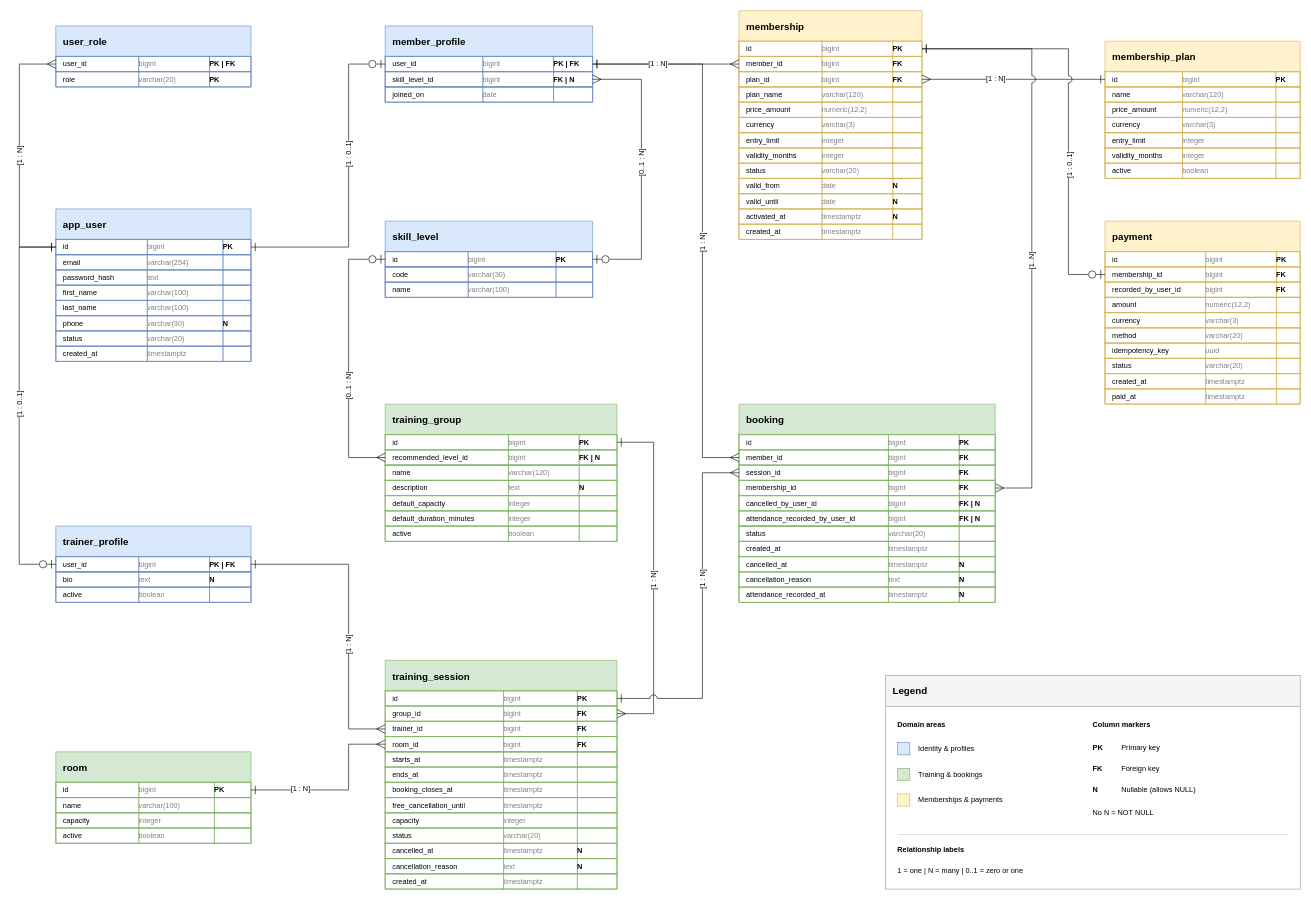
Before: page "diagram" (1 of 4) of docs/diagrams/boxing-academy.drawio in bartlomiej-milosz/training-booking-api, a draw.io diagram. Source tidied: cells renumbered, new cells numbered last; positions are measured from the earlier drawing's top-left corner, leaving out a move shared by most shapes. Both pictures are drawn from the tidied source at 61%, with x=0, y=0 at pixel (19, 10).
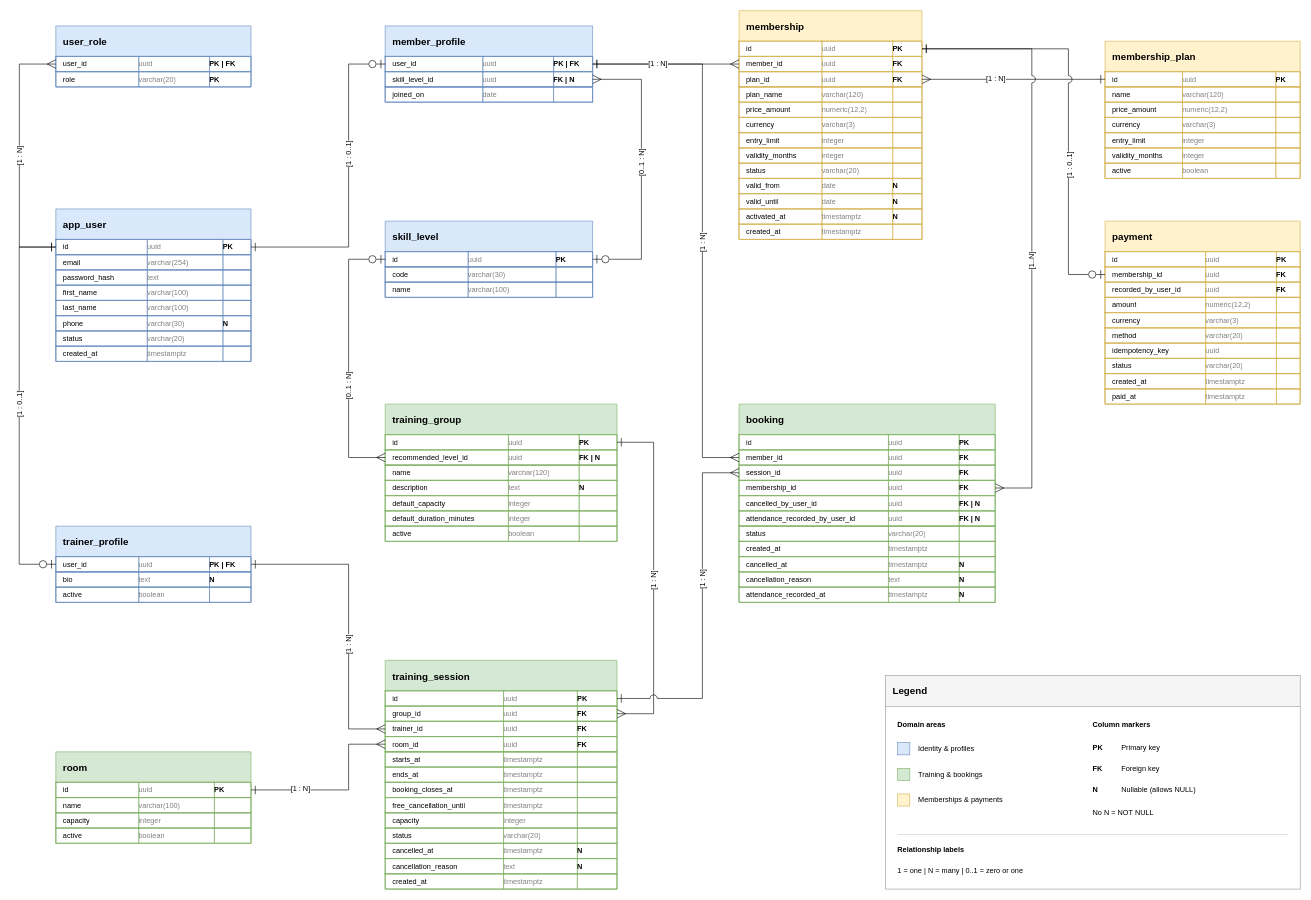
The same page after the edit.

Commit message (it also covers changes not shown here):
feat: implement UUID identifiers and create room migration

Unchanged cells that the change refers to:
```xml
<mxCell id="3" style="shape=tableRow;horizontal=0;startSize=0;swimlaneHead=0;swimlaneBody=0;strokeColor=inherit;fillColor=none;points=[[0,0.5],[1,0.5]];portConstraint=eastwest;fixedHeader=1;bottom=1;" parent="2" vertex="1">
<mxCell id="36" style="shape=tableRow;horizontal=0;startSize=0;swimlaneHead=0;swimlaneBody=0;strokeColor=inherit;fillColor=none;points=[[0,0.5],[1,0.5]];portConstraint=eastwest;fixedHeader=1;bottom=0;" parent="35" vertex="1">
<mxCell id="45" style="shape=tableRow;horizontal=0;startSize=0;swimlaneHead=0;swimlaneBody=0;strokeColor=inherit;fillColor=none;points=[[0,0.5],[1,0.5]];portConstraint=eastwest;fixedHeader=1;bottom=1;" parent="44" vertex="1">
<mxCell id="58" style="shape=tableRow;horizontal=0;startSize=0;swimlaneHead=0;swimlaneBody=0;strokeColor=inherit;fillColor=none;points=[[0,0.5],[1,0.5]];portConstraint=eastwest;fixedHeader=1;bottom=0;" parent="57" vertex="1">
<mxCell id="62" style="shape=tableRow;horizontal=0;startSize=0;swimlaneHead=0;swimlaneBody=0;strokeColor=inherit;fillColor=none;points=[[0,0.5],[1,0.5]];portConstraint=eastwest;fixedHeader=1;bottom=1;" parent="57" vertex="1">
<mxCell id="71" style="shape=tableRow;horizontal=0;startSize=0;swimlaneHead=0;swimlaneBody=0;strokeColor=inherit;fillColor=none;points=[[0,0.5],[1,0.5]];portConstraint=eastwest;fixedHeader=1;bottom=1;" parent="70" vertex="1">
<mxCell id="84" style="shape=tableRow;horizontal=0;startSize=0;swimlaneHead=0;swimlaneBody=0;strokeColor=inherit;fillColor=none;points=[[0,0.5],[1,0.5]];portConstraint=eastwest;fixedHeader=1;bottom=0;" parent="83" vertex="1">
<mxCell id="88" style="shape=tableRow;horizontal=0;startSize=0;swimlaneHead=0;swimlaneBody=0;strokeColor=inherit;fillColor=none;points=[[0,0.5],[1,0.5]];portConstraint=eastwest;fixedHeader=1;bottom=1;" parent="83" vertex="1">
<mxCell id="113" style="shape=tableRow;horizontal=0;startSize=0;swimlaneHead=0;swimlaneBody=0;strokeColor=inherit;fillColor=none;points=[[0,0.5],[1,0.5]];portConstraint=eastwest;fixedHeader=1;bottom=1;" parent="112" vertex="1">
<mxCell id="130" style="shape=tableRow;horizontal=0;startSize=0;swimlaneHead=0;swimlaneBody=0;strokeColor=inherit;fillColor=none;points=[[0,0.5],[1,0.5]];portConstraint=eastwest;fixedHeader=1;bottom=0;" parent="129" vertex="1">
<mxCell id="134" style="shape=tableRow;horizontal=0;startSize=0;swimlaneHead=0;swimlaneBody=0;strokeColor=inherit;fillColor=none;points=[[0,0.5],[1,0.5]];portConstraint=eastwest;fixedHeader=1;bottom=0;" parent="129" vertex="1">
<mxCell id="138" style="shape=tableRow;horizontal=0;startSize=0;swimlaneHead=0;swimlaneBody=0;strokeColor=inherit;fillColor=none;points=[[0,0.5],[1,0.5]];portConstraint=eastwest;fixedHeader=1;bottom=0;" parent="129" vertex="1">
<mxCell id="142" style="shape=tableRow;horizontal=0;startSize=0;swimlaneHead=0;swimlaneBody=0;strokeColor=inherit;fillColor=none;points=[[0,0.5],[1,0.5]];portConstraint=eastwest;fixedHeader=1;bottom=1;" parent="129" vertex="1">
<mxCell id="183" style="shape=tableRow;horizontal=0;startSize=0;swimlaneHead=0;swimlaneBody=0;strokeColor=inherit;fillColor=none;points=[[0,0.5],[1,0.5]];portConstraint=eastwest;fixedHeader=1;bottom=1;" parent="182" vertex="1">
<mxCell id="212" style="shape=tableRow;horizontal=0;startSize=0;swimlaneHead=0;swimlaneBody=0;strokeColor=inherit;fillColor=none;points=[[0,0.5],[1,0.5]];portConstraint=eastwest;fixedHeader=1;bottom=0;" parent="211" vertex="1">
<mxCell id="216" style="shape=tableRow;horizontal=0;startSize=0;swimlaneHead=0;swimlaneBody=0;strokeColor=inherit;fillColor=none;points=[[0,0.5],[1,0.5]];portConstraint=eastwest;fixedHeader=1;bottom=0;" parent="211" vertex="1">
<mxCell id="220" style="shape=tableRow;horizontal=0;startSize=0;swimlaneHead=0;swimlaneBody=0;strokeColor=inherit;fillColor=none;points=[[0,0.5],[1,0.5]];portConstraint=eastwest;fixedHeader=1;bottom=1;" parent="211" vertex="1">
<mxCell id="265" style="shape=tableRow;horizontal=0;startSize=0;swimlaneHead=0;swimlaneBody=0;strokeColor=inherit;fillColor=none;fixedHeader=1;bottom=0;" parent="264" vertex="1">
<mxCell id="269" style="shape=tableRow;horizontal=0;startSize=0;swimlaneHead=0;swimlaneBody=0;strokeColor=inherit;fillColor=none;points=[[0,0.5],[1,0.5]];portConstraint=eastwest;fixedHeader=1;bottom=0;" parent="264" vertex="1">
<mxCell id="273" style="shape=tableRow;horizontal=0;startSize=0;swimlaneHead=0;swimlaneBody=0;strokeColor=inherit;fillColor=none;fixedHeader=1;bottom=1;" parent="264" vertex="1">
<mxCell id="306" style="shape=tableRow;horizontal=0;startSize=0;swimlaneHead=0;swimlaneBody=0;strokeColor=inherit;fillColor=none;fixedHeader=1;bottom=0;" parent="305" vertex="1">
<mxCell id="310" style="shape=tableRow;horizontal=0;startSize=0;swimlaneHead=0;swimlaneBody=0;strokeColor=inherit;fillColor=none;points=[[0,0.5],[1,0.5]];portConstraint=eastwest;fixedHeader=1;bottom=0;" parent="305" vertex="1">
<mxCell id="314" style="shape=tableRow;horizontal=0;startSize=0;swimlaneHead=0;swimlaneBody=0;strokeColor=inherit;fillColor=none;points=[[0,0.5],[1,0.5]];portConstraint=eastwest;fixedHeader=1;bottom=0;" parent="305" vertex="1">
<mxCell id="318" style="shape=tableRow;horizontal=0;startSize=0;swimlaneHead=0;swimlaneBody=0;strokeColor=inherit;fillColor=none;points=[[0,0.5],[1,0.5]];portConstraint=eastwest;fixedHeader=1;bottom=0;" parent="305" vertex="1">
<mxCell id="322" style="shape=tableRow;horizontal=0;startSize=0;swimlaneHead=0;swimlaneBody=0;strokeColor=inherit;fillColor=none;fixedHeader=1;bottom=0;" parent="305" vertex="1">
<mxCell id="326" style="shape=tableRow;horizontal=0;startSize=0;swimlaneHead=0;swimlaneBody=0;strokeColor=inherit;fillColor=none;fixedHeader=1;bottom=1;" parent="305" vertex="1">
```

What changed in the source:
```diff
@@
-    <mxCell id="5" value="bigint" style="shape=partialRectangle;html=1;whiteSpace=wrap;strokeColor=inherit;overflow=hidden;fillColor=none;right=0;spacing=0;align=left;fontFamily=JetBrains Mono;fontColor=#808080;" parent="3" vertex="1">
+    <mxCell id="5" value="uuid" style="shape=partialRectangle;html=1;whiteSpace=wrap;strokeColor=inherit;overflow=hidden;fillColor=none;right=0;spacing=0;align=left;fontFamily=JetBrains Mono;fontColor=#808080;" parent="3" vertex="1">
       <mxGeometry x="150" width="124" height="25" as="geometry" />
     </mxCell>
@@
-    <mxCell id="38" value="bigint" style="shape=partialRectangle;html=1;whiteSpace=wrap;strokeColor=inherit;overflow=hidden;fillColor=none;right=0;spacing=0;align=left;fontFamily=JetBrains Mono;fontColor=#808080;" parent="36" vertex="1">
+    <mxCell id="38" value="uuid" style="shape=partialRectangle;html=1;whiteSpace=wrap;strokeColor=inherit;overflow=hidden;fillColor=none;right=0;spacing=0;align=left;fontFamily=JetBrains Mono;fontColor=#808080;" parent="36" vertex="1">
       <mxGeometry x="136" width="116" height="25" as="geometry" />
     </mxCell>
@@
-    <mxCell id="47" value="bigint" style="shape=partialRectangle;html=1;whiteSpace=wrap;strokeColor=inherit;overflow=hidden;fillColor=none;right=0;spacing=0;align=left;fontFamily=JetBrains Mono;fontColor=#808080;" parent="45" vertex="1">
+    <mxCell id="47" value="uuid" style="shape=partialRectangle;html=1;whiteSpace=wrap;strokeColor=inherit;overflow=hidden;fillColor=none;right=0;spacing=0;align=left;fontFamily=JetBrains Mono;fontColor=#808080;" parent="45" vertex="1">
       <mxGeometry x="136" width="144" height="25" as="geometry" />
     </mxCell>
@@
-    <mxCell id="60" value="bigint" style="shape=partialRectangle;html=1;whiteSpace=wrap;strokeColor=inherit;overflow=hidden;fillColor=none;right=0;spacing=0;align=left;fontFamily=JetBrains Mono;fontColor=#808080;" parent="58" vertex="1">
+    <mxCell id="60" value="uuid" style="shape=partialRectangle;html=1;whiteSpace=wrap;strokeColor=inherit;overflow=hidden;fillColor=none;right=0;spacing=0;align=left;fontFamily=JetBrains Mono;fontColor=#808080;" parent="58" vertex="1">
       <mxGeometry x="160" width="116" height="25" as="geometry" />
     </mxCell>
@@
-    <mxCell id="64" value="bigint" style="shape=partialRectangle;html=1;whiteSpace=wrap;strokeColor=inherit;overflow=hidden;fillColor=none;right=0;spacing=0;align=left;fontFamily=JetBrains Mono;fontColor=#808080;" parent="62" vertex="1">
+    <mxCell id="64" value="uuid" style="shape=partialRectangle;html=1;whiteSpace=wrap;strokeColor=inherit;overflow=hidden;fillColor=none;right=0;spacing=0;align=left;fontFamily=JetBrains Mono;fontColor=#808080;" parent="62" vertex="1">
       <mxGeometry x="160" width="116" height="25" as="geometry" />
     </mxCell>
@@
-    <mxCell id="73" value="bigint" style="shape=partialRectangle;html=1;whiteSpace=wrap;strokeColor=inherit;overflow=hidden;fillColor=none;right=0;spacing=0;align=left;fontFamily=JetBrains Mono;fontColor=#808080;" parent="71" vertex="1">
+    <mxCell id="73" value="uuid" style="shape=partialRectangle;html=1;whiteSpace=wrap;strokeColor=inherit;overflow=hidden;fillColor=none;right=0;spacing=0;align=left;fontFamily=JetBrains Mono;fontColor=#808080;" parent="71" vertex="1">
       <mxGeometry x="136" width="116" height="25" as="geometry" />
     </mxCell>
@@
-    <mxCell id="86" value="bigint" style="shape=partialRectangle;html=1;whiteSpace=wrap;strokeColor=inherit;overflow=hidden;fillColor=none;right=0;spacing=0;align=left;fontFamily=JetBrains Mono;fontColor=#808080;" parent="84" vertex="1">
+    <mxCell id="86" value="uuid" style="shape=partialRectangle;html=1;whiteSpace=wrap;strokeColor=inherit;overflow=hidden;fillColor=none;right=0;spacing=0;align=left;fontFamily=JetBrains Mono;fontColor=#808080;" parent="84" vertex="1">
       <mxGeometry x="202" width="116" height="25" as="geometry" />
     </mxCell>
@@
-    <mxCell id="90" value="bigint" style="shape=partialRectangle;html=1;whiteSpace=wrap;strokeColor=inherit;overflow=hidden;fillColor=none;right=0;spacing=0;align=left;fontFamily=JetBrains Mono;fontColor=#808080;" parent="88" vertex="1">
+    <mxCell id="90" value="uuid" style="shape=partialRectangle;html=1;whiteSpace=wrap;strokeColor=inherit;overflow=hidden;fillColor=none;right=0;spacing=0;align=left;fontFamily=JetBrains Mono;fontColor=#808080;" parent="88" vertex="1">
       <mxGeometry x="202" width="116" height="25" as="geometry" />
     </mxCell>
@@
-    <mxCell id="115" value="bigint" style="shape=partialRectangle;html=1;whiteSpace=wrap;strokeColor=inherit;overflow=hidden;fillColor=none;right=0;spacing=0;align=left;fontFamily=JetBrains Mono;fontColor=#808080;" parent="113" vertex="1">
+    <mxCell id="115" value="uuid" style="shape=partialRectangle;html=1;whiteSpace=wrap;strokeColor=inherit;overflow=hidden;fillColor=none;right=0;spacing=0;align=left;fontFamily=JetBrains Mono;fontColor=#808080;" parent="113" vertex="1">
       <mxGeometry x="136" width="124" height="25" as="geometry" />
     </mxCell>
@@
-    <mxCell id="132" value="bigint" style="shape=partialRectangle;html=1;whiteSpace=wrap;strokeColor=inherit;overflow=hidden;fillColor=none;right=0;spacing=0;align=left;fontFamily=JetBrains Mono;fontColor=#808080;" parent="130" vertex="1">
+    <mxCell id="132" value="uuid" style="shape=partialRectangle;html=1;whiteSpace=wrap;strokeColor=inherit;overflow=hidden;fillColor=none;right=0;spacing=0;align=left;fontFamily=JetBrains Mono;fontColor=#808080;" parent="130" vertex="1">
       <mxGeometry x="194" width="121" height="25" as="geometry" />
     </mxCell>
@@
-    <mxCell id="136" value="bigint" style="shape=partialRectangle;html=1;whiteSpace=wrap;strokeColor=inherit;overflow=hidden;fillColor=none;right=0;spacing=0;align=left;fontFamily=JetBrains Mono;fontColor=#808080;" parent="134" vertex="1">
+    <mxCell id="136" value="uuid" style="shape=partialRectangle;html=1;whiteSpace=wrap;strokeColor=inherit;overflow=hidden;fillColor=none;right=0;spacing=0;align=left;fontFamily=JetBrains Mono;fontColor=#808080;" parent="134" vertex="1">
       <mxGeometry x="194" width="121" height="25" as="geometry" />
     </mxCell>
@@
-    <mxCell id="140" value="bigint" style="shape=partialRectangle;html=1;whiteSpace=wrap;strokeColor=inherit;overflow=hidden;fillColor=none;right=0;spacing=0;align=left;fontFamily=JetBrains Mono;fontColor=#808080;" parent="138" vertex="1">
+    <mxCell id="140" value="uuid" style="shape=partialRectangle;html=1;whiteSpace=wrap;strokeColor=inherit;overflow=hidden;fillColor=none;right=0;spacing=0;align=left;fontFamily=JetBrains Mono;fontColor=#808080;" parent="138" vertex="1">
       <mxGeometry x="194" width="121" height="25" as="geometry" />
     </mxCell>
@@
-    <mxCell id="144" value="bigint" style="shape=partialRectangle;html=1;whiteSpace=wrap;strokeColor=inherit;overflow=hidden;fillColor=none;right=0;spacing=0;align=left;fontFamily=JetBrains Mono;fontColor=#808080;" parent="142" vertex="1">
+    <mxCell id="144" value="uuid" style="shape=partialRectangle;html=1;whiteSpace=wrap;strokeColor=inherit;overflow=hidden;fillColor=none;right=0;spacing=0;align=left;fontFamily=JetBrains Mono;fontColor=#808080;" parent="142" vertex="1">
       <mxGeometry x="194" width="121" height="25" as="geometry" />
     </mxCell>
@@
-    <mxCell id="185" value="bigint" style="shape=partialRectangle;html=1;whiteSpace=wrap;strokeColor=inherit;overflow=hidden;fillColor=none;right=0;spacing=0;align=left;fontFamily=JetBrains Mono;fontColor=#808080;" parent="183" vertex="1">
+    <mxCell id="185" value="uuid" style="shape=partialRectangle;html=1;whiteSpace=wrap;strokeColor=inherit;overflow=hidden;fillColor=none;right=0;spacing=0;align=left;fontFamily=JetBrains Mono;fontColor=#808080;" parent="183" vertex="1">
       <mxGeometry x="127" width="153" height="25" as="geometry" />
     </mxCell>
@@
-    <mxCell id="214" value="bigint" style="shape=partialRectangle;html=1;whiteSpace=wrap;strokeColor=inherit;overflow=hidden;fillColor=none;right=0;spacing=0;align=left;fontFamily=JetBrains Mono;fontColor=#808080;" parent="212" vertex="1">
+    <mxCell id="214" value="uuid" style="shape=partialRectangle;html=1;whiteSpace=wrap;strokeColor=inherit;overflow=hidden;fillColor=none;right=0;spacing=0;align=left;fontFamily=JetBrains Mono;fontColor=#808080;" parent="212" vertex="1">
       <mxGeometry x="136" width="116" height="25" as="geometry" />
     </mxCell>
@@
-    <mxCell id="218" value="bigint" style="shape=partialRectangle;html=1;whiteSpace=wrap;strokeColor=inherit;overflow=hidden;fillColor=none;right=0;spacing=0;align=left;fontFamily=JetBrains Mono;fontColor=#808080;" parent="216" vertex="1">
+    <mxCell id="218" value="uuid" style="shape=partialRectangle;html=1;whiteSpace=wrap;strokeColor=inherit;overflow=hidden;fillColor=none;right=0;spacing=0;align=left;fontFamily=JetBrains Mono;fontColor=#808080;" parent="216" vertex="1">
       <mxGeometry x="136" width="116" height="25" as="geometry" />
     </mxCell>
@@
-    <mxCell id="222" value="bigint" style="shape=partialRectangle;html=1;whiteSpace=wrap;strokeColor=inherit;overflow=hidden;fillColor=none;right=0;spacing=0;align=left;fontFamily=JetBrains Mono;fontColor=#808080;" parent="220" vertex="1">
+    <mxCell id="222" value="uuid" style="shape=partialRectangle;html=1;whiteSpace=wrap;strokeColor=inherit;overflow=hidden;fillColor=none;right=0;spacing=0;align=left;fontFamily=JetBrains Mono;fontColor=#808080;" parent="220" vertex="1">
       <mxGeometry x="136" width="116" height="25" as="geometry" />
     </mxCell>
@@
-    <mxCell id="267" value="bigint" style="shape=partialRectangle;html=1;whiteSpace=wrap;strokeColor=inherit;overflow=hidden;fillColor=none;right=0;spacing=0;align=left;fontFamily=JetBrains Mono;fontColor=#808080;" parent="265" vertex="1">
+    <mxCell id="267" value="uuid" style="shape=partialRectangle;html=1;whiteSpace=wrap;strokeColor=inherit;overflow=hidden;fillColor=none;right=0;spacing=0;align=left;fontFamily=JetBrains Mono;fontColor=#808080;" parent="265" vertex="1">
       <mxGeometry x="165" width="116" height="25" as="geometry" />
     </mxCell>
@@
-    <mxCell id="271" value="bigint" style="shape=partialRectangle;html=1;whiteSpace=wrap;strokeColor=inherit;overflow=hidden;fillColor=none;right=0;spacing=0;align=left;fontFamily=JetBrains Mono;fontColor=#808080;" parent="269" vertex="1">
+    <mxCell id="271" value="uuid" style="shape=partialRectangle;html=1;whiteSpace=wrap;strokeColor=inherit;overflow=hidden;fillColor=none;right=0;spacing=0;align=left;fontFamily=JetBrains Mono;fontColor=#808080;" parent="269" vertex="1">
       <mxGeometry x="165" width="116" height="25" as="geometry" />
     </mxCell>
@@
-    <mxCell id="275" value="bigint" style="shape=partialRectangle;html=1;whiteSpace=wrap;strokeColor=inherit;overflow=hidden;fillColor=none;right=0;spacing=0;align=left;fontFamily=JetBrains Mono;fontColor=#808080;" parent="273" vertex="1">
+    <mxCell id="275" value="uuid" style="shape=partialRectangle;html=1;whiteSpace=wrap;strokeColor=inherit;overflow=hidden;fillColor=none;right=0;spacing=0;align=left;fontFamily=JetBrains Mono;fontColor=#808080;" parent="273" vertex="1">
       <mxGeometry x="165" width="116" height="25" as="geometry" />
     </mxCell>
@@
-    <mxCell id="308" value="bigint" style="shape=partialRectangle;html=1;whiteSpace=wrap;strokeColor=inherit;overflow=hidden;fillColor=none;right=0;spacing=0;align=left;fontFamily=JetBrains Mono;fontColor=#808080;" parent="306" vertex="1">
+    <mxCell id="308" value="uuid" style="shape=partialRectangle;html=1;whiteSpace=wrap;strokeColor=inherit;overflow=hidden;fillColor=none;right=0;spacing=0;align=left;fontFamily=JetBrains Mono;fontColor=#808080;" parent="306" vertex="1">
       <mxGeometry x="245" width="116" height="25" as="geometry" />
     </mxCell>
@@
-    <mxCell id="312" value="bigint" style="shape=partialRectangle;html=1;whiteSpace=wrap;strokeColor=inherit;overflow=hidden;fillColor=none;right=0;spacing=0;align=left;fontFamily=JetBrains Mono;fontColor=#808080;" parent="310" vertex="1">
+    <mxCell id="312" value="uuid" style="shape=partialRectangle;html=1;whiteSpace=wrap;strokeColor=inherit;overflow=hidden;fillColor=none;right=0;spacing=0;align=left;fontFamily=JetBrains Mono;fontColor=#808080;" parent="310" vertex="1">
       <mxGeometry x="245" width="116" height="25" as="geometry" />
     </mxCell>
@@
-    <mxCell id="316" value="bigint" style="shape=partialRectangle;html=1;whiteSpace=wrap;strokeColor=inherit;overflow=hidden;fillColor=none;right=0;spacing=0;align=left;fontFamily=JetBrains Mono;fontColor=#808080;" parent="314" vertex="1">
+    <mxCell id="316" value="uuid" style="shape=partialRectangle;html=1;whiteSpace=wrap;strokeColor=inherit;overflow=hidden;fillColor=none;right=0;spacing=0;align=left;fontFamily=JetBrains Mono;fontColor=#808080;" parent="314" vertex="1">
       <mxGeometry x="245" width="116" height="25" as="geometry" />
     </mxCell>
@@
-    <mxCell id="320" value="bigint" style="shape=partialRectangle;html=1;whiteSpace=wrap;strokeColor=inherit;overflow=hidden;fillColor=none;right=0;spacing=0;align=left;fontFamily=JetBrains Mono;fontColor=#808080;" parent="318" vertex="1">
+    <mxCell id="320" value="uuid" style="shape=partialRectangle;html=1;whiteSpace=wrap;strokeColor=inherit;overflow=hidden;fillColor=none;right=0;spacing=0;align=left;fontFamily=JetBrains Mono;fontColor=#808080;" parent="318" vertex="1">
       <mxGeometry x="245" width="116" height="25" as="geometry" />
     </mxCell>
@@
-    <mxCell id="324" value="bigint" style="shape=partialRectangle;html=1;whiteSpace=wrap;strokeColor=inherit;overflow=hidden;fillColor=none;right=0;spacing=0;align=left;fontFamily=JetBrains Mono;fontColor=#808080;" parent="322" vertex="1">
+    <mxCell id="324" value="uuid" style="shape=partialRectangle;html=1;whiteSpace=wrap;strokeColor=inherit;overflow=hidden;fillColor=none;right=0;spacing=0;align=left;fontFamily=JetBrains Mono;fontColor=#808080;" parent="322" vertex="1">
       <mxGeometry x="245" width="116" height="25" as="geometry" />
     </mxCell>
@@
-    <mxCell id="328" value="bigint" style="shape=partialRectangle;html=1;whiteSpace=wrap;strokeColor=inherit;overflow=hidden;fillColor=none;right=0;spacing=0;align=left;fontFamily=JetBrains Mono;fontColor=#808080;" parent="326" vertex="1">
+    <mxCell id="328" value="uuid" style="shape=partialRectangle;html=1;whiteSpace=wrap;strokeColor=inherit;overflow=hidden;fillColor=none;right=0;spacing=0;align=left;fontFamily=JetBrains Mono;fontColor=#808080;" parent="326" vertex="1">
       <mxGeometry x="245" width="116" height="25" as="geometry" />
     </mxCell>
```
